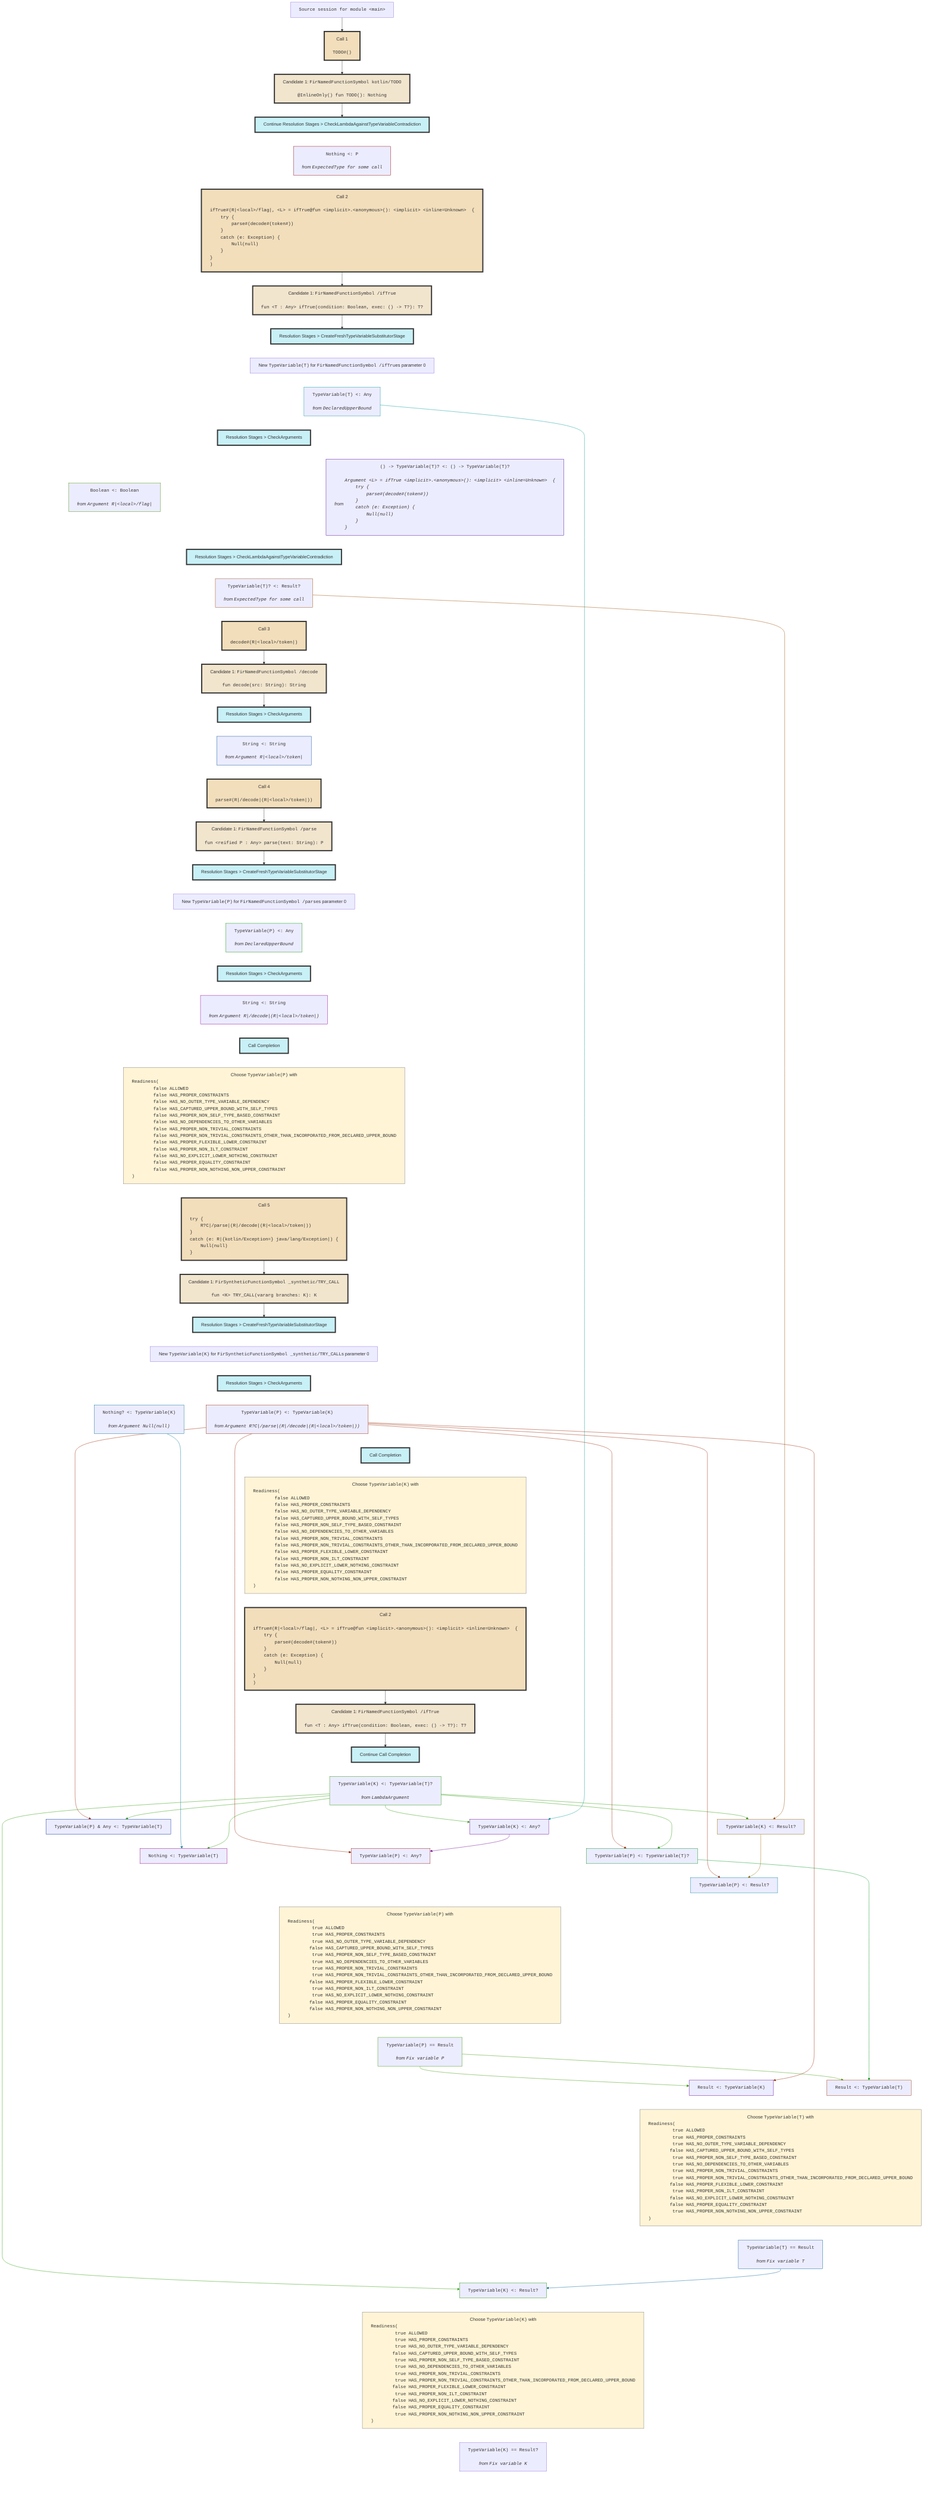
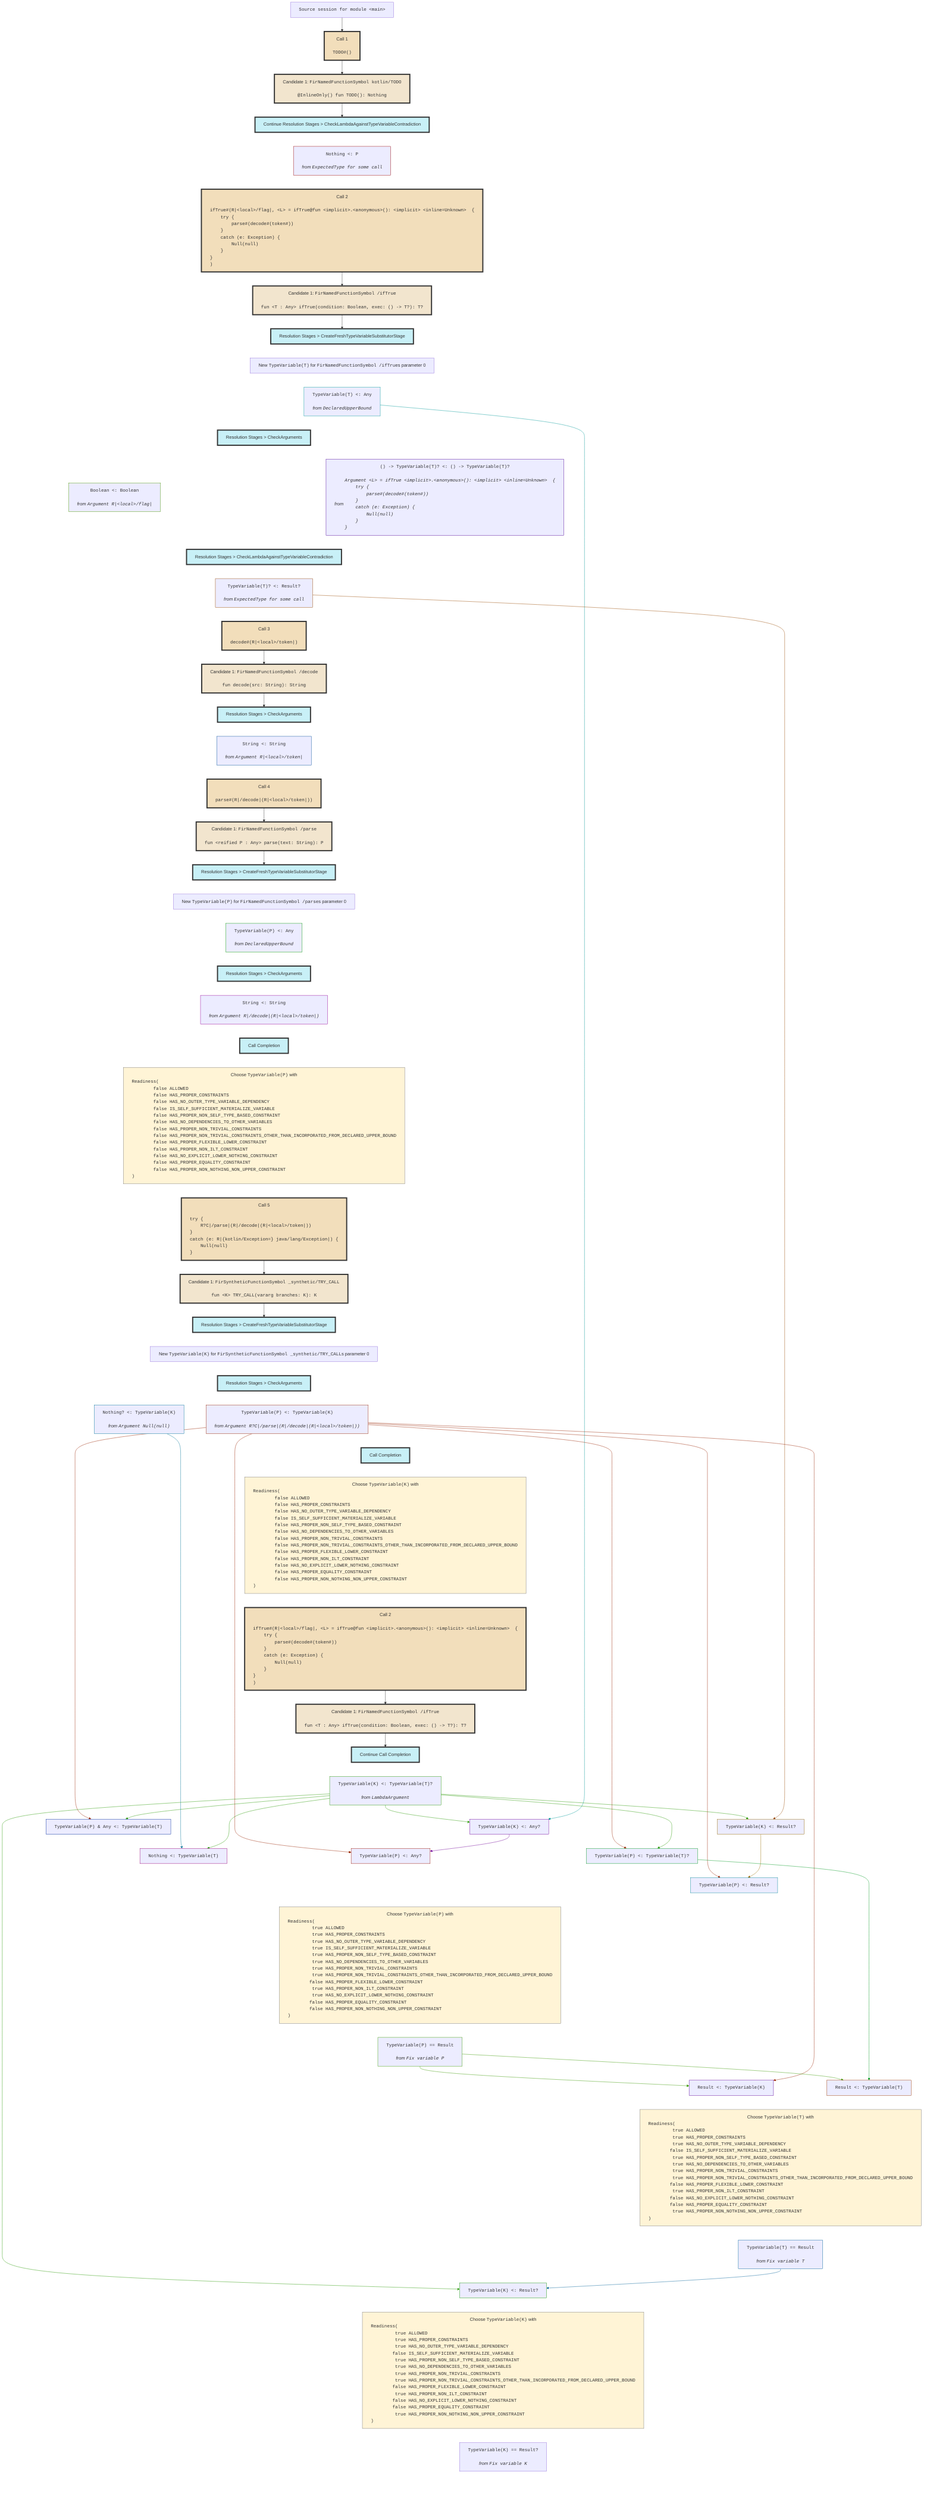
flowchart TD
    classDef nowrapClass text-align:center,white-space:nowrap;
    classDef callStyle fill:#f2debb,stroke:#333,stroke-width:4px;
    classDef candidateStyle fill:#f2e5ce,stroke:#333,stroke-width:4px;
    classDef stageStyle fill:#c8f0f7,stroke:#333,stroke-width:4px;
    classDef readinessStyle fill:#fff4d6,stroke:#777,stroke-width:1px;

    session0["<tt>Source session for module &lt;main></tt>"]
    class session0 nowrapClass;

    session0 --> call1

    call1["Call 1<br><br><pre style="display: inline-block;vertical-align: middle;text-align: left;margin: 0;"><tt>TODO#()</tt></pre>"]
    class call1 nowrapClass;
    class call1 callStyle;

    call1 --> candidate2

    candidate2["Candidate 1: <tt>FirNamedFunctionSymbol kotlin/TODO</tt><br><br><pre style="display: inline-block;vertical-align: middle;text-align: left;margin: 0;"><tt>@InlineOnly() fun TODO(): Nothing
</tt></pre>"]
    class candidate2 nowrapClass;
    class candidate2 candidateStyle;

    candidate2 --> stage3

    stage3["Continue Resolution Stages > CheckLambdaAgainstTypeVariableContradiction"]
    class stage3 nowrapClass;
    class stage3 stageStyle;
    constraint4["<tt>Nothing &lt;: P</tt><br><br><i><div style="display: inline-block;vertical-align: middle;">from</div> <pre style="display: inline-block;vertical-align: middle;text-align: left;margin: 0;"><tt>ExpectedType for some call</tt></pre></i>"]
    class constraint4 nowrapClass;
    stage3 ~~~ constraint4

    constraint4 ~~~ call5

    call5["Call 2<br><br><pre style="display: inline-block;vertical-align: middle;text-align: left;margin: 0;"><tt>ifTrue#(R|&lt;local>/flag|, &lt;L> = ifTrue@fun &lt;implicit>.&lt;anonymous>(): &lt;implicit> &lt;inline=Unknown>  {
    try {
        parse#(decode#(token#))
    }
    catch (e: Exception) {
        Null(null)
    }

}
)</tt></pre>"]
    class call5 nowrapClass;
    class call5 callStyle;

    call5 --> candidate6

    candidate6["Candidate 1: <tt>FirNamedFunctionSymbol /ifTrue</tt><br><br><pre style="display: inline-block;vertical-align: middle;text-align: left;margin: 0;"><tt>fun &lt;T : Any> ifTrue(condition: Boolean, exec: () -> T?): T?
</tt></pre>"]
    class candidate6 nowrapClass;
    class candidate6 candidateStyle;

    candidate6 --> stage7

    stage7["Resolution Stages > CreateFreshTypeVariableSubstitutorStage"]
    class stage7 nowrapClass;
    class stage7 stageStyle;

    stage7 ~~~ newVariable8

    newVariable8["New <tt>TypeVariable(T)</tt> for <tt>FirNamedFunctionSymbol /ifTrue</tt>s parameter 0"]
    class newVariable8 nowrapClass;
    constraint9["<tt>TypeVariable(T) &lt;: Any</tt><br><br><i><div style="display: inline-block;vertical-align: middle;">from</div> <pre style="display: inline-block;vertical-align: middle;text-align: left;margin: 0;"><tt>DeclaredUpperBound</tt></pre></i>"]
    class constraint9 nowrapClass;
    newVariable8 ~~~ constraint9

    constraint9 ~~~ stage10

    stage10["Resolution Stages > CheckArguments"]
    class stage10 nowrapClass;
    class stage10 stageStyle;
    constraint11["<tt>Boolean &lt;: Boolean</tt><br><br><i><div style="display: inline-block;vertical-align: middle;">from</div> <pre style="display: inline-block;vertical-align: middle;text-align: left;margin: 0;"><tt>Argument R|&lt;local>/flag|</tt></pre></i>"]
    class constraint11 nowrapClass;
    stage10 ~~~ constraint11
    constraint12["<tt>() -> TypeVariable(T)? &lt;: () -> TypeVariable(T)?</tt><br><br><i><div style="display: inline-block;vertical-align: middle;">from</div> <pre style="display: inline-block;vertical-align: middle;text-align: left;margin: 0;"><tt>Argument &lt;L> = ifTrue &lt;implicit>.&lt;anonymous>(): &lt;implicit> &lt;inline=Unknown>  {
    try {
        parse#(decode#(token#))
    }
    catch (e: Exception) {
        Null(null)
    }

}
</tt></pre></i>"]
    class constraint12 nowrapClass;
    stage10 ~~~ constraint12

    constraint11 ~~~ stage13
    constraint12 ~~~ stage13

    stage13["Resolution Stages > CheckLambdaAgainstTypeVariableContradiction"]
    class stage13 nowrapClass;
    class stage13 stageStyle;
    constraint14["<tt>TypeVariable(T)? &lt;: Result?</tt><br><br><i><div style="display: inline-block;vertical-align: middle;">from</div> <pre style="display: inline-block;vertical-align: middle;text-align: left;margin: 0;"><tt>ExpectedType for some call</tt></pre></i>"]
    class constraint14 nowrapClass;
    stage13 ~~~ constraint14

    constraint14 ~~~ call15

    call15["Call 3<br><br><pre style="display: inline-block;vertical-align: middle;text-align: left;margin: 0;"><tt>decode#(R|&lt;local>/token|)</tt></pre>"]
    class call15 nowrapClass;
    class call15 callStyle;

    call15 --> candidate16

    candidate16["Candidate 1: <tt>FirNamedFunctionSymbol /decode</tt><br><br><pre style="display: inline-block;vertical-align: middle;text-align: left;margin: 0;"><tt>fun decode(src: String): String
</tt></pre>"]
    class candidate16 nowrapClass;
    class candidate16 candidateStyle;

    candidate16 --> stage17

    stage17["Resolution Stages > CheckArguments"]
    class stage17 nowrapClass;
    class stage17 stageStyle;
    constraint18["<tt>String &lt;: String</tt><br><br><i><div style="display: inline-block;vertical-align: middle;">from</div> <pre style="display: inline-block;vertical-align: middle;text-align: left;margin: 0;"><tt>Argument R|&lt;local>/token|</tt></pre></i>"]
    class constraint18 nowrapClass;
    stage17 ~~~ constraint18

    constraint18 ~~~ call19

    call19["Call 4<br><br><pre style="display: inline-block;vertical-align: middle;text-align: left;margin: 0;"><tt>parse#(R|/decode|(R|&lt;local>/token|))</tt></pre>"]
    class call19 nowrapClass;
    class call19 callStyle;

    call19 --> candidate20

    candidate20["Candidate 1: <tt>FirNamedFunctionSymbol /parse</tt><br><br><pre style="display: inline-block;vertical-align: middle;text-align: left;margin: 0;"><tt>fun &lt;reified P : Any> parse(text: String): P
</tt></pre>"]
    class candidate20 nowrapClass;
    class candidate20 candidateStyle;

    candidate20 --> stage21

    stage21["Resolution Stages > CreateFreshTypeVariableSubstitutorStage"]
    class stage21 nowrapClass;
    class stage21 stageStyle;

    stage21 ~~~ newVariable22

    newVariable22["New <tt>TypeVariable(P)</tt> for <tt>FirNamedFunctionSymbol /parse</tt>s parameter 0"]
    class newVariable22 nowrapClass;
    constraint23["<tt>TypeVariable(P) &lt;: Any</tt><br><br><i><div style="display: inline-block;vertical-align: middle;">from</div> <pre style="display: inline-block;vertical-align: middle;text-align: left;margin: 0;"><tt>DeclaredUpperBound</tt></pre></i>"]
    class constraint23 nowrapClass;
    newVariable22 ~~~ constraint23

    constraint23 ~~~ stage24

    stage24["Resolution Stages > CheckArguments"]
    class stage24 nowrapClass;
    class stage24 stageStyle;
    constraint25["<tt>String &lt;: String</tt><br><br><i><div style="display: inline-block;vertical-align: middle;">from</div> <pre style="display: inline-block;vertical-align: middle;text-align: left;margin: 0;"><tt>Argument R|/decode|(R|&lt;local>/token|)</tt></pre></i>"]
    class constraint25 nowrapClass;
    stage24 ~~~ constraint25

    constraint25 ~~~ stage26

    stage26["Call Completion"]
    class stage26 nowrapClass;
    class stage26 stageStyle;

    stage26 ~~~ variableReadiness27

    variableReadiness27["Choose <tt>TypeVariable(P)</tt> with <pre style="display: inline-block;vertical-align: middle;text-align: left;margin: 0;"><tt>Readiness(
	false ALLOWED
	false HAS_PROPER_CONSTRAINTS
	false HAS_NO_OUTER_TYPE_VARIABLE_DEPENDENCY
- 	false HAS_CAPTURED_UPPER_BOUND_WITH_SELF_TYPES
+ 	false IS_SELF_SUFFICIENT_MATERIALIZE_VARIABLE
	false HAS_PROPER_NON_SELF_TYPE_BASED_CONSTRAINT
	false HAS_NO_DEPENDENCIES_TO_OTHER_VARIABLES
	false HAS_PROPER_NON_TRIVIAL_CONSTRAINTS
	false HAS_PROPER_NON_TRIVIAL_CONSTRAINTS_OTHER_THAN_INCORPORATED_FROM_DECLARED_UPPER_BOUND
	false HAS_PROPER_FLEXIBLE_LOWER_CONSTRAINT
	false HAS_PROPER_NON_ILT_CONSTRAINT
	false HAS_NO_EXPLICIT_LOWER_NOTHING_CONSTRAINT
	false HAS_PROPER_EQUALITY_CONSTRAINT
	false HAS_PROPER_NON_NOTHING_NON_UPPER_CONSTRAINT
)</tt></pre>"]
    class variableReadiness27 nowrapClass;
    class variableReadiness27 readinessStyle;

    variableReadiness27 ~~~ call28

    call28["Call 5<br><br><pre style="display: inline-block;vertical-align: middle;text-align: left;margin: 0;"><tt>try {
    R?C|/parse|(R|/decode|(R|&lt;local>/token|))
}
catch (e: R|{kotlin/Exception=} java/lang/Exception|) {
    Null(null)
}
</tt></pre>"]
    class call28 nowrapClass;
    class call28 callStyle;

    call28 --> candidate29

    candidate29["Candidate 1: <tt>FirSyntheticFunctionSymbol _synthetic/TRY_CALL</tt><br><br><pre style="display: inline-block;vertical-align: middle;text-align: left;margin: 0;"><tt>fun &lt;K> TRY_CALL(vararg branches: K): K
</tt></pre>"]
    class candidate29 nowrapClass;
    class candidate29 candidateStyle;

    candidate29 --> stage30

    stage30["Resolution Stages > CreateFreshTypeVariableSubstitutorStage"]
    class stage30 nowrapClass;
    class stage30 stageStyle;

    stage30 ~~~ newVariable31

    newVariable31["New <tt>TypeVariable(K)</tt> for <tt>FirSyntheticFunctionSymbol _synthetic/TRY_CALL</tt>s parameter 0"]
    class newVariable31 nowrapClass;

    newVariable31 ~~~ stage32

    stage32["Resolution Stages > CheckArguments"]
    class stage32 nowrapClass;
    class stage32 stageStyle;
    constraint33["<tt>TypeVariable(P) &lt;: TypeVariable(K)</tt><br><br><i><div style="display: inline-block;vertical-align: middle;">from</div> <pre style="display: inline-block;vertical-align: middle;text-align: left;margin: 0;"><tt>Argument R?C|/parse|(R|/decode|(R|&lt;local>/token|))</tt></pre></i>"]
    class constraint33 nowrapClass;
    stage32 ~~~ constraint33
    constraint34["<tt>Nothing? &lt;: TypeVariable(K)</tt><br><br><i><div style="display: inline-block;vertical-align: middle;">from</div> <pre style="display: inline-block;vertical-align: middle;text-align: left;margin: 0;"><tt>Argument Null(null)</tt></pre></i>"]
    class constraint34 nowrapClass;
    stage32 ~~~ constraint34

    constraint33 ~~~ stage35
    constraint34 ~~~ stage35

    stage35["Call Completion"]
    class stage35 nowrapClass;
    class stage35 stageStyle;

    stage35 ~~~ variableReadiness36

    variableReadiness36["Choose <tt>TypeVariable(K)</tt> with <pre style="display: inline-block;vertical-align: middle;text-align: left;margin: 0;"><tt>Readiness(
	false ALLOWED
	false HAS_PROPER_CONSTRAINTS
	false HAS_NO_OUTER_TYPE_VARIABLE_DEPENDENCY
- 	false HAS_CAPTURED_UPPER_BOUND_WITH_SELF_TYPES
+ 	false IS_SELF_SUFFICIENT_MATERIALIZE_VARIABLE
	false HAS_PROPER_NON_SELF_TYPE_BASED_CONSTRAINT
	false HAS_NO_DEPENDENCIES_TO_OTHER_VARIABLES
	false HAS_PROPER_NON_TRIVIAL_CONSTRAINTS
	false HAS_PROPER_NON_TRIVIAL_CONSTRAINTS_OTHER_THAN_INCORPORATED_FROM_DECLARED_UPPER_BOUND
	false HAS_PROPER_FLEXIBLE_LOWER_CONSTRAINT
	false HAS_PROPER_NON_ILT_CONSTRAINT
	false HAS_NO_EXPLICIT_LOWER_NOTHING_CONSTRAINT
	false HAS_PROPER_EQUALITY_CONSTRAINT
	false HAS_PROPER_NON_NOTHING_NON_UPPER_CONSTRAINT
)</tt></pre>"]
    class variableReadiness36 nowrapClass;
    class variableReadiness36 readinessStyle;

    variableReadiness36 ~~~ call37

    call37["Call 2<br><br><pre style="display: inline-block;vertical-align: middle;text-align: left;margin: 0;"><tt>ifTrue#(R|&lt;local>/flag|, &lt;L> = ifTrue@fun &lt;implicit>.&lt;anonymous>(): &lt;implicit> &lt;inline=Unknown>  {
    try {
        parse#(decode#(token#))
    }
    catch (e: Exception) {
        Null(null)
    }

}
)</tt></pre>"]
    class call37 nowrapClass;
    class call37 callStyle;

    call37 --> candidate38

    candidate38["Candidate 1: <tt>FirNamedFunctionSymbol /ifTrue</tt><br><br><pre style="display: inline-block;vertical-align: middle;text-align: left;margin: 0;"><tt>fun &lt;T : Any> ifTrue(condition: Boolean, exec: () -> T?): T?
</tt></pre>"]
    class candidate38 nowrapClass;
    class candidate38 candidateStyle;

    candidate38 --> stage39

    stage39["Continue Call Completion"]
    class stage39 nowrapClass;
    class stage39 stageStyle;
    constraint43["<tt>TypeVariable(K) &lt;: TypeVariable(T)?</tt><br><br><i><div style="display: inline-block;vertical-align: middle;">from</div> <pre style="display: inline-block;vertical-align: middle;text-align: left;margin: 0;"><tt>LambdaArgument</tt></pre></i>"]
    class constraint43 nowrapClass;
    stage39 ~~~ constraint43
    constraint44["<tt>TypeVariable(K) &lt;: Any?</tt>"]
    class constraint44 nowrapClass;
    constraint43 --> constraint44
    constraint9 --> constraint44
    constraint45["<tt>TypeVariable(K) &lt;: Result?</tt>"]
    class constraint45 nowrapClass;
    constraint43 --> constraint45
    constraint14 --> constraint45
    constraint46["<tt>TypeVariable(P) &amp; Any &lt;: TypeVariable(T)</tt>"]
    class constraint46 nowrapClass;
    constraint33 --> constraint46
    constraint43 --> constraint46
    constraint47["<tt>TypeVariable(P) &lt;: TypeVariable(T)?</tt>"]
    class constraint47 nowrapClass;
    constraint33 --> constraint47
    constraint43 ---> constraint47
    constraint48["<tt>Nothing &lt;: TypeVariable(T)</tt>"]
    class constraint48 nowrapClass;
    constraint34 --> constraint48
    constraint43 ---> constraint48
    constraint49["<tt>TypeVariable(P) &lt;: Any?</tt>"]
    class constraint49 nowrapClass;
    constraint33 --> constraint49
    constraint44 --> constraint49
    constraint50["<tt>TypeVariable(P) &lt;: Result?</tt>"]
    class constraint50 nowrapClass;
    constraint33 --> constraint50
    constraint45 ---> constraint50

    constraint46 ~~~~~ variableReadiness40
    constraint47 ~~~~ variableReadiness40
    constraint48 ~~~~ variableReadiness40
    constraint49 ~~~~ variableReadiness40
    constraint50 ~~~ variableReadiness40

    variableReadiness40["Choose <tt>TypeVariable(P)</tt> with <pre style="display: inline-block;vertical-align: middle;text-align: left;margin: 0;"><tt>Readiness(
	 true ALLOWED
	 true HAS_PROPER_CONSTRAINTS
	 true HAS_NO_OUTER_TYPE_VARIABLE_DEPENDENCY
- 	false HAS_CAPTURED_UPPER_BOUND_WITH_SELF_TYPES
+ 	 true IS_SELF_SUFFICIENT_MATERIALIZE_VARIABLE
	 true HAS_PROPER_NON_SELF_TYPE_BASED_CONSTRAINT
	 true HAS_NO_DEPENDENCIES_TO_OTHER_VARIABLES
	 true HAS_PROPER_NON_TRIVIAL_CONSTRAINTS
	 true HAS_PROPER_NON_TRIVIAL_CONSTRAINTS_OTHER_THAN_INCORPORATED_FROM_DECLARED_UPPER_BOUND
	false HAS_PROPER_FLEXIBLE_LOWER_CONSTRAINT
	 true HAS_PROPER_NON_ILT_CONSTRAINT
	 true HAS_NO_EXPLICIT_LOWER_NOTHING_CONSTRAINT
	false HAS_PROPER_EQUALITY_CONSTRAINT
	false HAS_PROPER_NON_NOTHING_NON_UPPER_CONSTRAINT
)</tt></pre>"]
    class variableReadiness40 nowrapClass;
    class variableReadiness40 readinessStyle;
    constraint51["<tt>TypeVariable(P) == Result</tt><br><br><i><div style="display: inline-block;vertical-align: middle;">from</div> <pre style="display: inline-block;vertical-align: middle;text-align: left;margin: 0;"><tt>Fix variable P</tt></pre></i>"]
    class constraint51 nowrapClass;
    variableReadiness40 ~~~ constraint51
    constraint52["<tt>Result &lt;: TypeVariable(K)</tt>"]
    class constraint52 nowrapClass;
    constraint51 --> constraint52
    constraint33 --> constraint52
    constraint53["<tt>Result &lt;: TypeVariable(T)</tt>"]
    class constraint53 nowrapClass;
    constraint51 --> constraint53
    constraint47 --> constraint53

    constraint52 ~~~ variableReadiness41
    constraint53 ~~~ variableReadiness41

    variableReadiness41["Choose <tt>TypeVariable(T)</tt> with <pre style="display: inline-block;vertical-align: middle;text-align: left;margin: 0;"><tt>Readiness(
	 true ALLOWED
	 true HAS_PROPER_CONSTRAINTS
	 true HAS_NO_OUTER_TYPE_VARIABLE_DEPENDENCY
- 	false HAS_CAPTURED_UPPER_BOUND_WITH_SELF_TYPES
+ 	false IS_SELF_SUFFICIENT_MATERIALIZE_VARIABLE
	 true HAS_PROPER_NON_SELF_TYPE_BASED_CONSTRAINT
	 true HAS_NO_DEPENDENCIES_TO_OTHER_VARIABLES
	 true HAS_PROPER_NON_TRIVIAL_CONSTRAINTS
	 true HAS_PROPER_NON_TRIVIAL_CONSTRAINTS_OTHER_THAN_INCORPORATED_FROM_DECLARED_UPPER_BOUND
	false HAS_PROPER_FLEXIBLE_LOWER_CONSTRAINT
	 true HAS_PROPER_NON_ILT_CONSTRAINT
	false HAS_NO_EXPLICIT_LOWER_NOTHING_CONSTRAINT
	false HAS_PROPER_EQUALITY_CONSTRAINT
	 true HAS_PROPER_NON_NOTHING_NON_UPPER_CONSTRAINT
)</tt></pre>"]
    class variableReadiness41 nowrapClass;
    class variableReadiness41 readinessStyle;
    constraint54["<tt>TypeVariable(T) == Result</tt><br><br><i><div style="display: inline-block;vertical-align: middle;">from</div> <pre style="display: inline-block;vertical-align: middle;text-align: left;margin: 0;"><tt>Fix variable T</tt></pre></i>"]
    class constraint54 nowrapClass;
    variableReadiness41 ~~~ constraint54
    constraint55["<tt>TypeVariable(K) &lt;: Result?</tt>"]
    class constraint55 nowrapClass;
    constraint43 --> constraint55
    constraint54 --> constraint55

    constraint55 ~~~ variableReadiness42

    variableReadiness42["Choose <tt>TypeVariable(K)</tt> with <pre style="display: inline-block;vertical-align: middle;text-align: left;margin: 0;"><tt>Readiness(
	 true ALLOWED
	 true HAS_PROPER_CONSTRAINTS
	 true HAS_NO_OUTER_TYPE_VARIABLE_DEPENDENCY
- 	false HAS_CAPTURED_UPPER_BOUND_WITH_SELF_TYPES
+ 	false IS_SELF_SUFFICIENT_MATERIALIZE_VARIABLE
	 true HAS_PROPER_NON_SELF_TYPE_BASED_CONSTRAINT
	 true HAS_NO_DEPENDENCIES_TO_OTHER_VARIABLES
	 true HAS_PROPER_NON_TRIVIAL_CONSTRAINTS
	 true HAS_PROPER_NON_TRIVIAL_CONSTRAINTS_OTHER_THAN_INCORPORATED_FROM_DECLARED_UPPER_BOUND
	false HAS_PROPER_FLEXIBLE_LOWER_CONSTRAINT
	 true HAS_PROPER_NON_ILT_CONSTRAINT
	false HAS_NO_EXPLICIT_LOWER_NOTHING_CONSTRAINT
	false HAS_PROPER_EQUALITY_CONSTRAINT
	 true HAS_PROPER_NON_NOTHING_NON_UPPER_CONSTRAINT
)</tt></pre>"]
    class variableReadiness42 nowrapClass;
    class variableReadiness42 readinessStyle;
    constraint56["<tt>TypeVariable(K) == Result?</tt><br><br><i><div style="display: inline-block;vertical-align: middle;">from</div> <pre style="display: inline-block;vertical-align: middle;text-align: left;margin: 0;"><tt>Fix variable K</tt></pre></i>"]
    class constraint56 nowrapClass;
    variableReadiness42 ~~~ constraint56

    linkStyle 4 stroke:#990000
    linkStyle 9 stroke:#009999
    linkStyle 12 stroke:#4c9900
    linkStyle 13 stroke:#4c0099
    linkStyle 15 stroke:#994900
    linkStyle 19 stroke:#004f99
    linkStyle 24 stroke:#039900
    linkStyle 26 stroke:#950099
    linkStyle 35 stroke:#992400
    linkStyle 36 stroke:#007499
    linkStyle 42 stroke:#279900
    linkStyle 43 stroke:#009999
    linkStyle 44 stroke:#279900
    linkStyle 45 stroke:#994900
    linkStyle 46 stroke:#992400
    linkStyle 47 stroke:#279900
    linkStyle 48 stroke:#992400
    linkStyle 49 stroke:#279900
    linkStyle 50 stroke:#007499
    linkStyle 51 stroke:#279900
    linkStyle 52 stroke:#992400
    linkStyle 53 stroke:#710099
    linkStyle 54 stroke:#992400
    linkStyle 55 stroke:#996d00
    linkStyle 56 stroke:#002b99
    linkStyle 57 stroke:#009921
    linkStyle 58 stroke:#990077
    linkStyle 59 stroke:#991200
    linkStyle 60 stroke:#008699
    linkStyle 62 stroke:#3a9900
    linkStyle 63 stroke:#992400
    linkStyle 64 stroke:#3a9900
    linkStyle 65 stroke:#009921
    linkStyle 66 stroke:#5e0099
    linkStyle 67 stroke:#993600
    linkStyle 69 stroke:#279900
    linkStyle 70 stroke:#006299
    linkStyle 71 stroke:#159900
    style constraint4 stroke:#990000;
    style constraint9 stroke:#009999;
    style constraint11 stroke:#4c9900;
    style constraint12 stroke:#4c0099;
    style constraint14 stroke:#994900;
    style constraint18 stroke:#004f99;
    style constraint23 stroke:#039900;
    style constraint25 stroke:#950099;
    style constraint33 stroke:#992400;
    style constraint34 stroke:#007499;
    style constraint43 stroke:#279900;
    style constraint44 stroke:#710099;
    style constraint45 stroke:#996d00;
    style constraint46 stroke:#002b99;
    style constraint47 stroke:#009921;
    style constraint48 stroke:#990077;
    style constraint49 stroke:#991200;
    style constraint50 stroke:#008699;
    style constraint51 stroke:#3a9900;
    style constraint52 stroke:#5e0099;
    style constraint53 stroke:#993600;
    style constraint54 stroke:#006299;
    style constraint55 stroke:#159900;